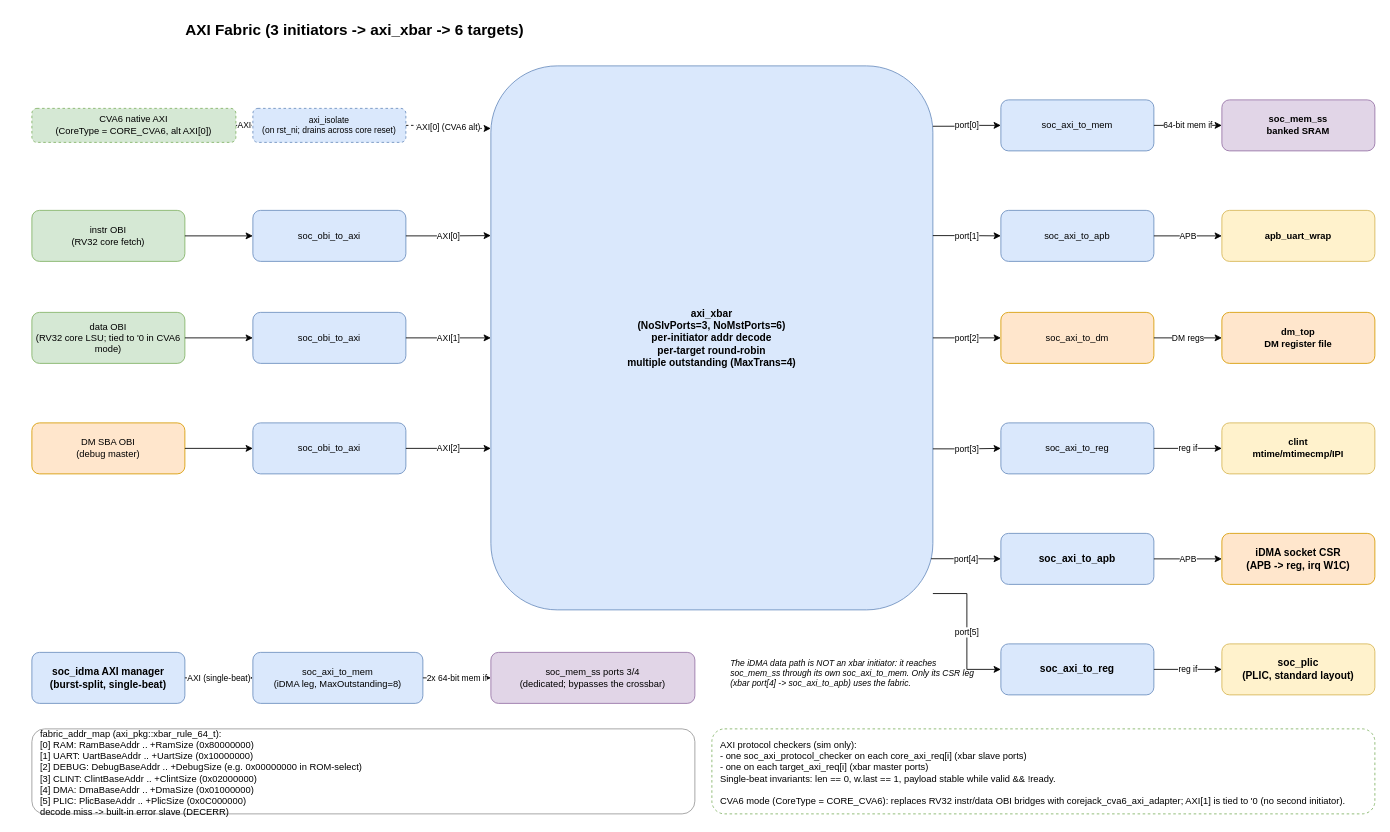
patrickerich/corejack keeps this draw.io diagram as page "AXI Fabric" (2 of 8) of docs/source/media/corejack_soc.drawio. Above is the earlier version. Source tidied: cells renumbered, new cells numbered last; positions are measured from the earlier drawing's top-left corner, leaving out a move shared by most shapes. Both pictures are drawn from the tidied source at 85%, with x=0, y=0 at pixel (14, 14).
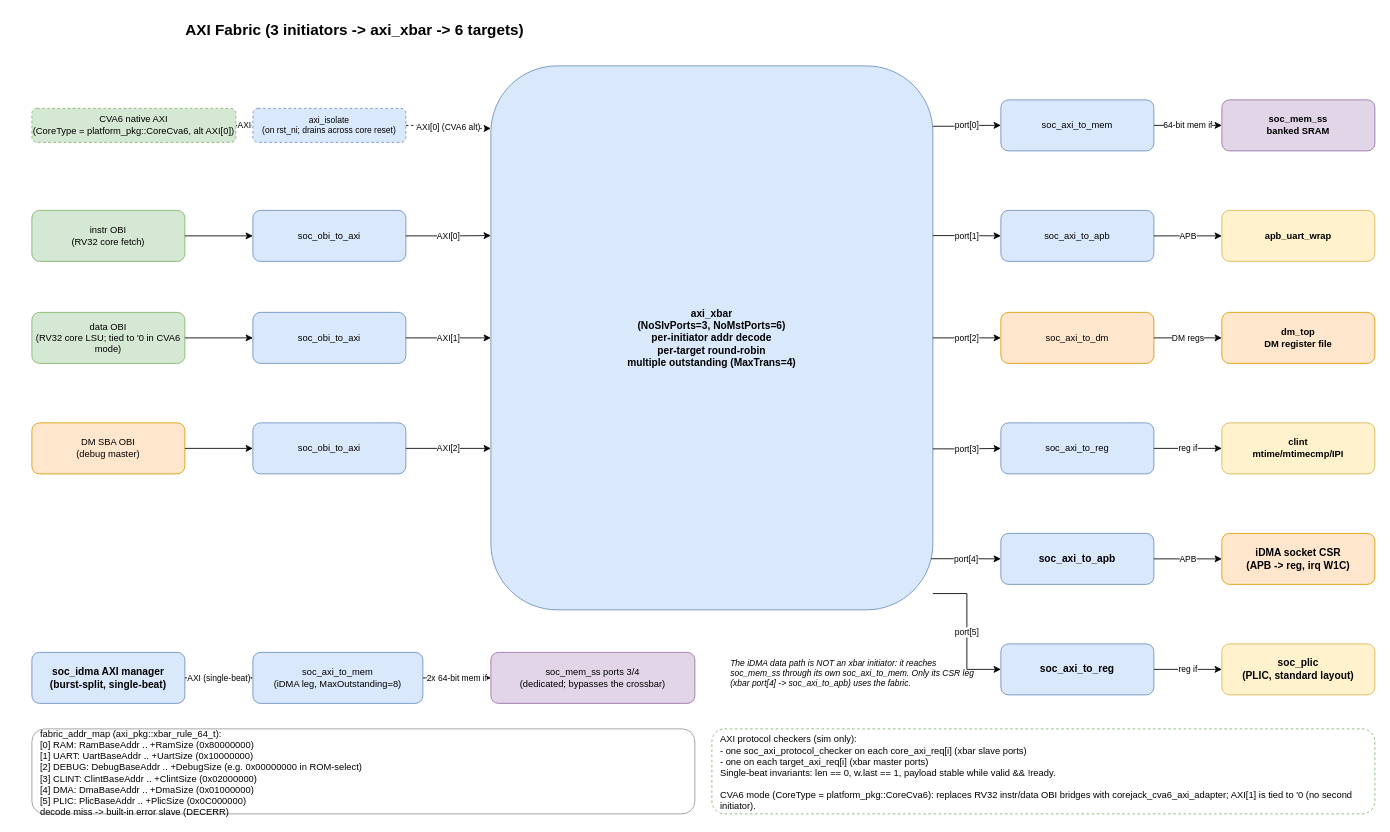
The same diagram, later.

What changed in the source:
```diff
@@
-    <mxCell id="3" value="CVA6 native AXI&#10;(CoreType = CORE_CVA6, alt AXI[0])" style="rounded=1;whiteSpace=wrap;html=1;fillColor=#d5e8d4;strokeColor=#82b366;fontSize=11;verticalAlign=middle;dashed=1;" parent="1" vertex="1">
+    <mxCell id="3" value="CVA6 native AXI&#10;(CoreType = platform_pkg::CoreCva6, alt AXI[0])" style="rounded=1;whiteSpace=wrap;html=1;fillColor=#d5e8d4;strokeColor=#82b366;fontSize=11;verticalAlign=middle;dashed=1;" parent="1" vertex="1">
       <mxGeometry x="20" y="110" width="240" height="40" as="geometry" />
     </mxCell>
@@
-    <mxCell id="30" value="AXI protocol checkers (sim only):&#10;- one soc_axi_protocol_checker on each core_axi_req[i] (xbar slave ports)&#10;- one on each target_axi_req[i] (xbar master ports)&#10;Single-beat invariants: len == 0, w.last == 1, payload stable while valid &amp;&amp; !ready.&#10;&#10;CVA6 mode (CoreType = CORE_CVA6): replaces RV32 instr/data OBI bridges with corejack_cva6_axi_adapter; AXI[1] is tied to '0 (no second initiator)." style="rounded=1;whiteSpace=wrap;html=1;fillColor=#FFFFFF;strokeColor=#82b366;fontSize=11;align=left;spacingLeft=8;spacingTop=4;dashed=1;" parent="1" vertex="1">
+    <mxCell id="30" value="AXI protocol checkers (sim only):&#10;- one soc_axi_protocol_checker on each core_axi_req[i] (xbar slave ports)&#10;- one on each target_axi_req[i] (xbar master ports)&#10;Single-beat invariants: len == 0, w.last == 1, payload stable while valid &amp;&amp; !ready.&#10;&#10;CVA6 mode (CoreType = platform_pkg::CoreCva6): replaces RV32 instr/data OBI bridges with corejack_cva6_axi_adapter; AXI[1] is tied to '0 (no second initiator)." style="rounded=1;whiteSpace=wrap;html=1;fillColor=#FFFFFF;strokeColor=#82b366;fontSize=11;align=left;spacingLeft=8;spacingTop=4;dashed=1;" parent="1" vertex="1">
       <mxGeometry x="820" y="840" width="780" height="100" as="geometry" />
     </mxCell>
```
